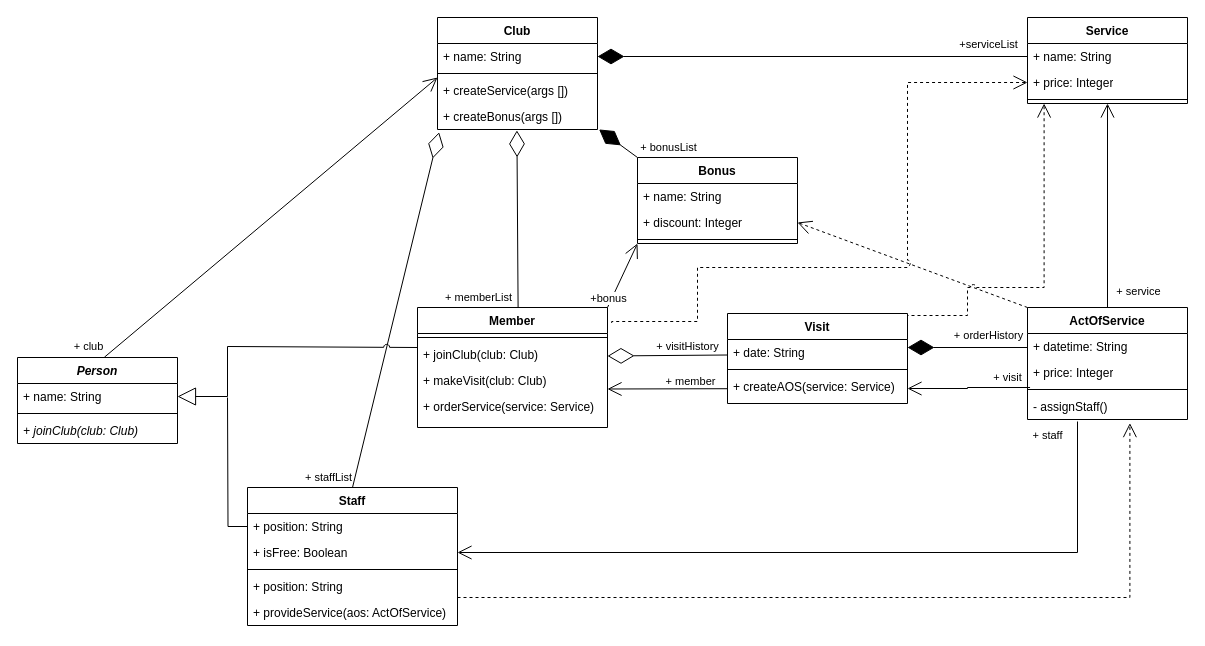
4lnULpGkuW/OOAD keeps this draw.io diagram as page "Диаграмма классов" (1 of 3) of Lab_2/Lab_2.drawio. Above is the earlier version. Source tidied: cells renumbered, new cells numbered last; positions are measured from the earlier drawing's top-left corner, leaving out a move shared by most shapes. Both pictures are drawn from the tidied source at 100%, with x=0, y=0 at pixel (17, 17).
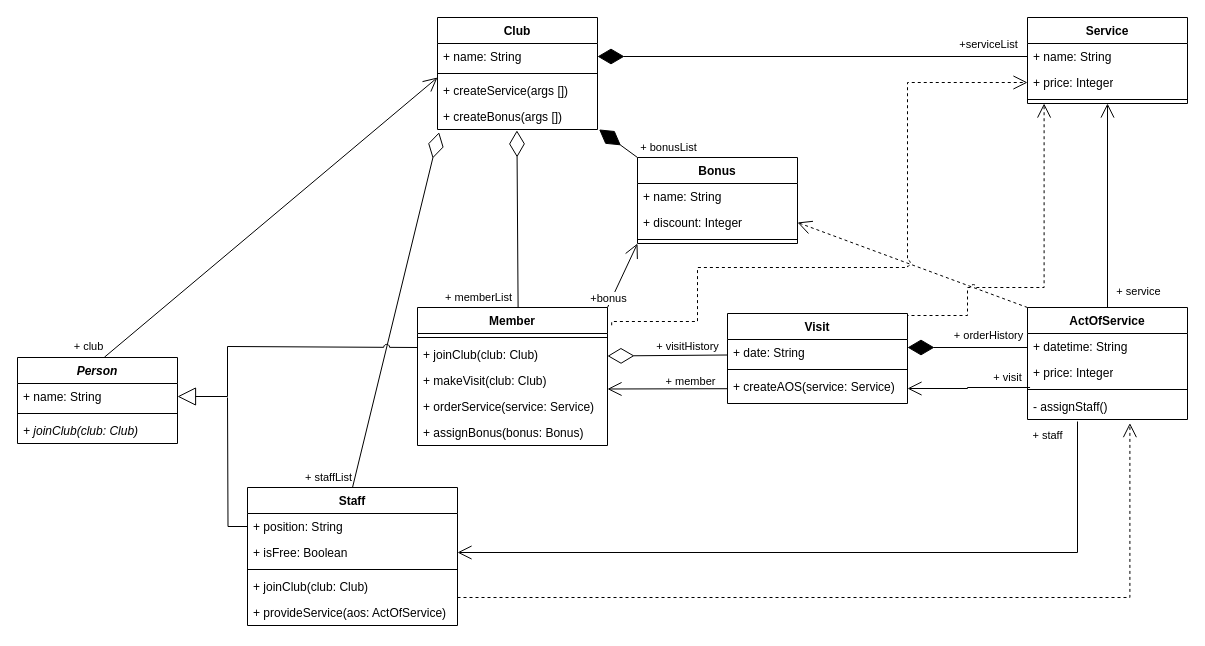
After the change.

The change refers to these unchanged cells:
```xml
<mxCell id="24" value="Staff" style="swimlane;fontStyle=1;align=center;verticalAlign=top;horizontal=1;startSize=26;whiteSpace=wrap;html=1;" parent="1" vertex="1">
  <mxGeometry x="230" y="470" width="210" height="138" as="geometry" />
</mxCell>
```

The edit, as a diff of the source:
```diff
@@
     <mxCell id="2" value="Member" style="swimlane;fontStyle=1;align=center;verticalAlign=top;horizontal=1;startSize=26;whiteSpace=wrap;html=1;" parent="1" vertex="1">
-      <mxGeometry x="400" y="290" width="190" height="120" as="geometry" />
+      <mxGeometry x="400" y="290" width="190" height="138" as="geometry" />
     </mxCell>
@@
     <mxCell id="6" value="+ orderService(service: Service&lt;span style=&quot;background-color: initial;&quot;&gt;)&lt;/span&gt;" style="text;strokeColor=none;fillColor=none;align=left;verticalAlign=top;spacingLeft=4;spacingRight=4;overflow=hidden;whiteSpace=wrap;html=1;" parent="2" vertex="1">
-      <mxGeometry y="86" width="190" height="34" as="geometry" />
+      <mxGeometry y="86" width="190" height="26" as="geometry" />
     </mxCell>
+    <mxCell id="68" value="+ assignBonus(bonus: Bonus&lt;span style=&quot;background-color: initial;&quot;&gt;)&lt;/span&gt;" style="text;strokeColor=none;fillColor=none;align=left;verticalAlign=top;spacingLeft=4;spacingRight=4;overflow=hidden;whiteSpace=wrap;html=1;" parent="2" vertex="1">
+      <mxGeometry y="112" width="190" height="26" as="geometry" />
+    </mxCell>
@@
-    <mxCell id="28" value="+ position: String" style="text;strokeColor=none;fillColor=none;align=left;verticalAlign=top;spacingLeft=4;spacingRight=4;overflow=hidden;whiteSpace=wrap;html=1;" parent="24" vertex="1">
+    <mxCell id="28" value="+ joinClub(club: Club&lt;span style=&quot;background-color: initial;&quot;&gt;)&lt;/span&gt;" style="text;strokeColor=none;fillColor=none;align=left;verticalAlign=top;spacingLeft=4;spacingRight=4;overflow=hidden;whiteSpace=wrap;html=1;" parent="24" vertex="1">
       <mxGeometry y="86" width="210" height="26" as="geometry" />
     </mxCell>
```
